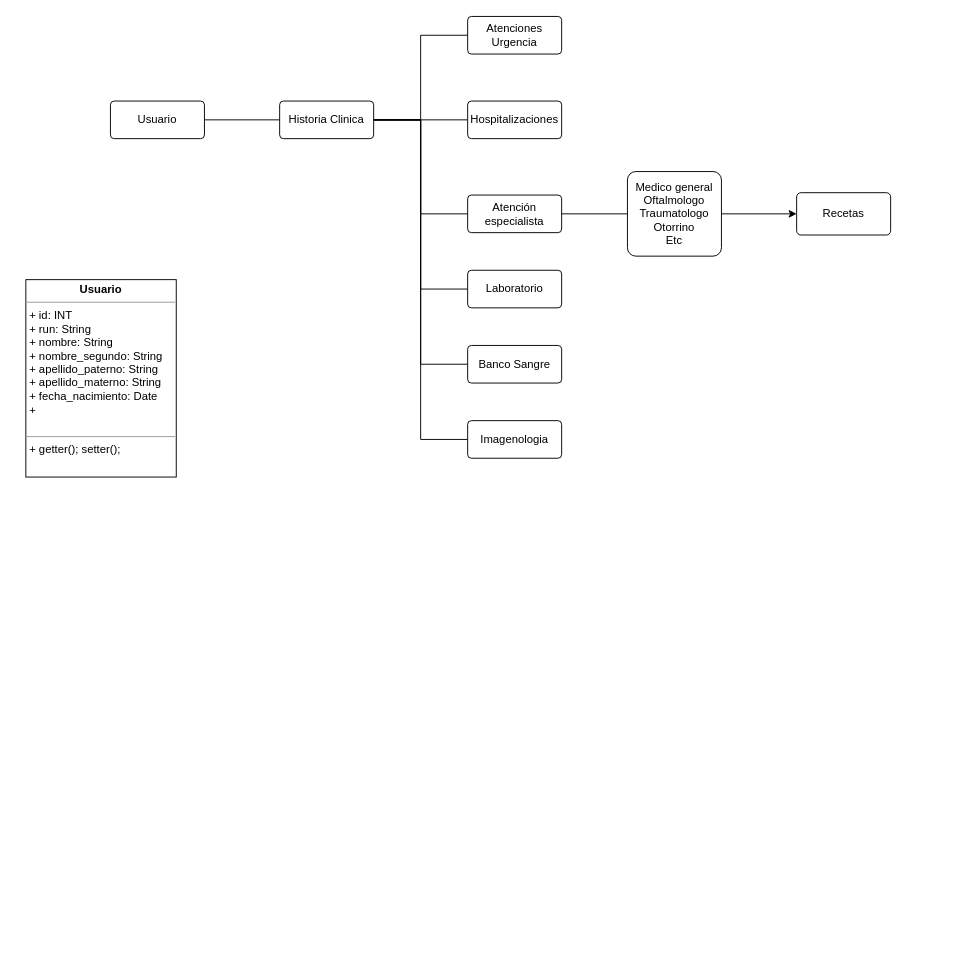
Above: Ejemplo1.drawio in JonaNomas/his-diagram (draw.io), before the change. Source tidied: cells renumbered, new cells numbered last; positions are measured from the earlier drawing's top-left corner, leaving out a move shared by most shapes. Both pictures are drawn from the tidied source at 94%, with x=0, y=0 at pixel (25, 16).
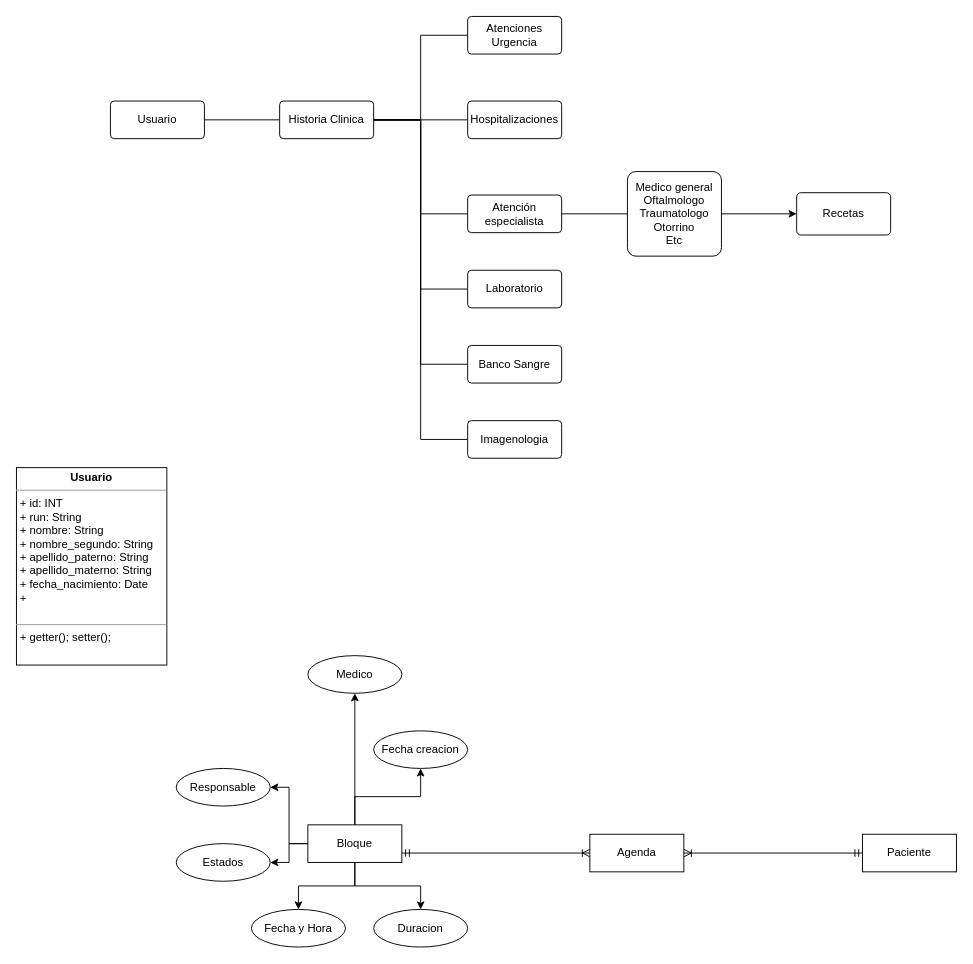
The same diagram, later.

Commit message:
Iniciando Agenda

The edit, as a diff of the source:
```diff
@@
     <mxCell id="2" value="&lt;p style=&quot;margin:0px;margin-top:4px;text-align:center;&quot;&gt;&lt;b&gt;Usuario&lt;/b&gt;&lt;/p&gt;&lt;hr size=&quot;1&quot;&gt;&lt;p style=&quot;margin:0px;margin-left:4px;&quot;&gt;+ id: INT&lt;/p&gt;&lt;p style=&quot;margin:0px;margin-left:4px;&quot;&gt;+ run: String&lt;/p&gt;&lt;p style=&quot;margin:0px;margin-left:4px;&quot;&gt;+ nombre: String&lt;/p&gt;&lt;p style=&quot;margin:0px;margin-left:4px;&quot;&gt;+ nombre_segundo: String&lt;/p&gt;&lt;p style=&quot;margin:0px;margin-left:4px;&quot;&gt;+ apellido_paterno: String&lt;/p&gt;&lt;p style=&quot;margin:0px;margin-left:4px;&quot;&gt;+ apellido_materno: String&lt;/p&gt;&lt;p style=&quot;margin:0px;margin-left:4px;&quot;&gt;+ fecha_nacimiento: Date&lt;/p&gt;&lt;p style=&quot;margin:0px;margin-left:4px;&quot;&gt;+&amp;nbsp;&lt;/p&gt;&lt;p style=&quot;margin:0px;margin-left:4px;&quot;&gt;&lt;br&gt;&lt;/p&gt;&lt;hr size=&quot;1&quot;&gt;&lt;p style=&quot;margin:0px;margin-left:4px;&quot;&gt;+ getter(); setter();&lt;/p&gt;&lt;p style=&quot;margin:0px;margin-left:4px;&quot;&gt;&lt;br&gt;&lt;/p&gt;" style="verticalAlign=top;align=left;overflow=fill;fontSize=12;fontFamily=Helvetica;html=1;whiteSpace=wrap;" parent="1" vertex="1">
-      <mxGeometry y="280" width="160" height="210" as="geometry" />
+      <mxGeometry x="-10" y="480" width="160" height="210" as="geometry" />
     </mxCell>
@@
+    <mxCell id="22" style="edgeStyle=orthogonalEdgeStyle;rounded=0;jettySize=auto;html=1;" parent="1" edge="1" source="28" target="30">
+      <mxGeometry relative="1" as="geometry" />
+    </mxCell>
+    <mxCell id="23" style="edgeStyle=orthogonalEdgeStyle;rounded=0;jettySize=auto;html=1;entryX=1;entryY=0.5;entryDx=0;entryDy=0;" parent="1" edge="1" source="28" target="29">
+      <mxGeometry relative="1" as="geometry" />
+    </mxCell>
+    <mxCell id="24" style="edgeStyle=orthogonalEdgeStyle;rounded=0;jettySize=auto;html=1;" parent="1" edge="1" source="28" target="32">
+      <mxGeometry relative="1" as="geometry" />
+    </mxCell>
+    <mxCell id="25" style="edgeStyle=orthogonalEdgeStyle;rounded=0;jettySize=auto;html=1;" parent="1" edge="1" source="28" target="33">
+      <mxGeometry relative="1" as="geometry" />
+    </mxCell>
+    <mxCell id="26" style="edgeStyle=orthogonalEdgeStyle;rounded=0;jettySize=auto;html=1;" parent="1" edge="1" source="28" target="34">
+      <mxGeometry relative="1" as="geometry" />
+    </mxCell>
+    <mxCell id="27" style="edgeStyle=orthogonalEdgeStyle;rounded=0;jettySize=auto;html=1;" parent="1" edge="1" source="28" target="31">
+      <mxGeometry relative="1" as="geometry" />
+    </mxCell>
+    <mxCell id="28" value="Bloque" style="whiteSpace=wrap;html=1;align=center;" parent="1" vertex="1">
+      <mxGeometry x="300" y="860" width="100" height="40" as="geometry" />
+    </mxCell>
+    <mxCell id="29" value="Responsable" style="ellipse;whiteSpace=wrap;html=1;align=center;" parent="1" vertex="1">
+      <mxGeometry x="160" y="800" width="100" height="40" as="geometry" />
+    </mxCell>
+    <mxCell id="30" value="Medico" style="ellipse;whiteSpace=wrap;html=1;align=center;" parent="1" vertex="1">
+      <mxGeometry x="300" y="680" width="100" height="40" as="geometry" />
+    </mxCell>
+    <mxCell id="31" value="Fecha creacion" style="ellipse;whiteSpace=wrap;html=1;align=center;" parent="1" vertex="1">
+      <mxGeometry x="370" y="760" width="100" height="40" as="geometry" />
+    </mxCell>
+    <mxCell id="32" value="Estados" style="ellipse;whiteSpace=wrap;html=1;align=center;" parent="1" vertex="1">
+      <mxGeometry x="160" y="880" width="100" height="40" as="geometry" />
+    </mxCell>
+    <mxCell id="33" value="Fecha y Hora" style="ellipse;whiteSpace=wrap;html=1;align=center;" parent="1" vertex="1">
+      <mxGeometry x="240" y="950" width="100" height="40" as="geometry" />
+    </mxCell>
+    <mxCell id="34" value="Duracion" style="ellipse;whiteSpace=wrap;html=1;align=center;" parent="1" vertex="1">
+      <mxGeometry x="370" y="950" width="100" height="40" as="geometry" />
+    </mxCell>
+    <mxCell id="35" style="edgeStyle=orthogonalEdgeStyle;rounded=0;jettySize=auto;html=1;entryX=1;entryY=0.75;entryDx=0;entryDy=0;startArrow=ERoneToMany;startFill=0;endArrow=ERmandOne;endFill=0;" parent="1" edge="1" source="37" target="28">
+      <mxGeometry relative="1" as="geometry" />
+    </mxCell>
+    <mxCell id="36" style="edgeStyle=orthogonalEdgeStyle;rounded=0;jettySize=auto;html=1;endArrow=ERmandOne;endFill=0;startArrow=ERoneToMany;startFill=0;" parent="1" edge="1" source="37" target="38">
+      <mxGeometry relative="1" as="geometry" />
+    </mxCell>
+    <mxCell id="37" value="Agenda" style="whiteSpace=wrap;html=1;align=center;" parent="1" vertex="1">
+      <mxGeometry x="600" y="870" width="100" height="40" as="geometry" />
+    </mxCell>
+    <mxCell id="38" value="Paciente" style="whiteSpace=wrap;html=1;align=center;" parent="1" vertex="1">
+      <mxGeometry x="890" y="870" width="100" height="40" as="geometry" />
+    </mxCell>
```
